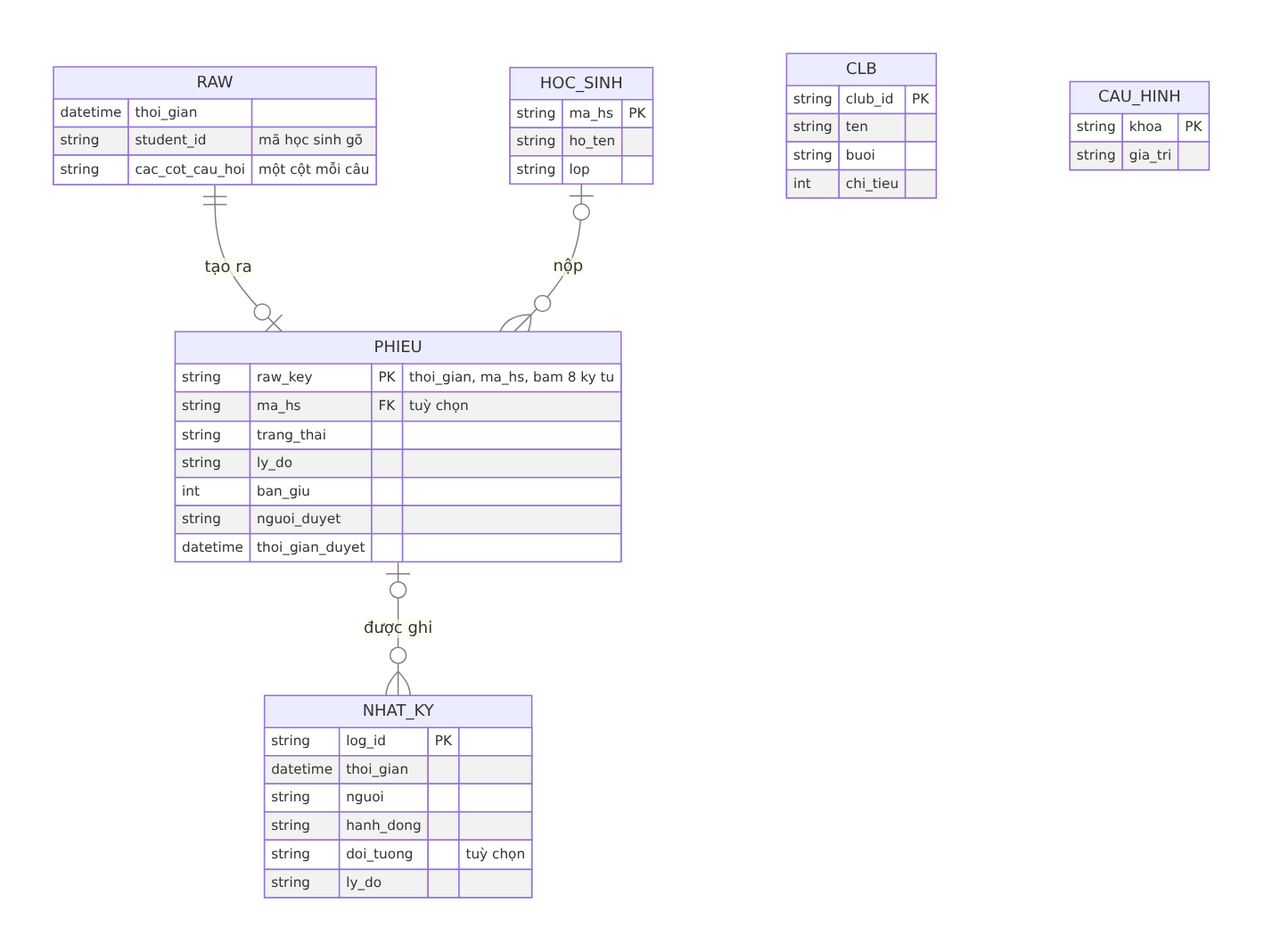
Above: docs/he_sinh_thai/anh/d_erd.png in nguyenphanvantruong6969-arch/TESTING-DEV (Mermaid), before the change. Its source is kept beside it as docs/he_sinh_thai/anh/d_erd.mmd.
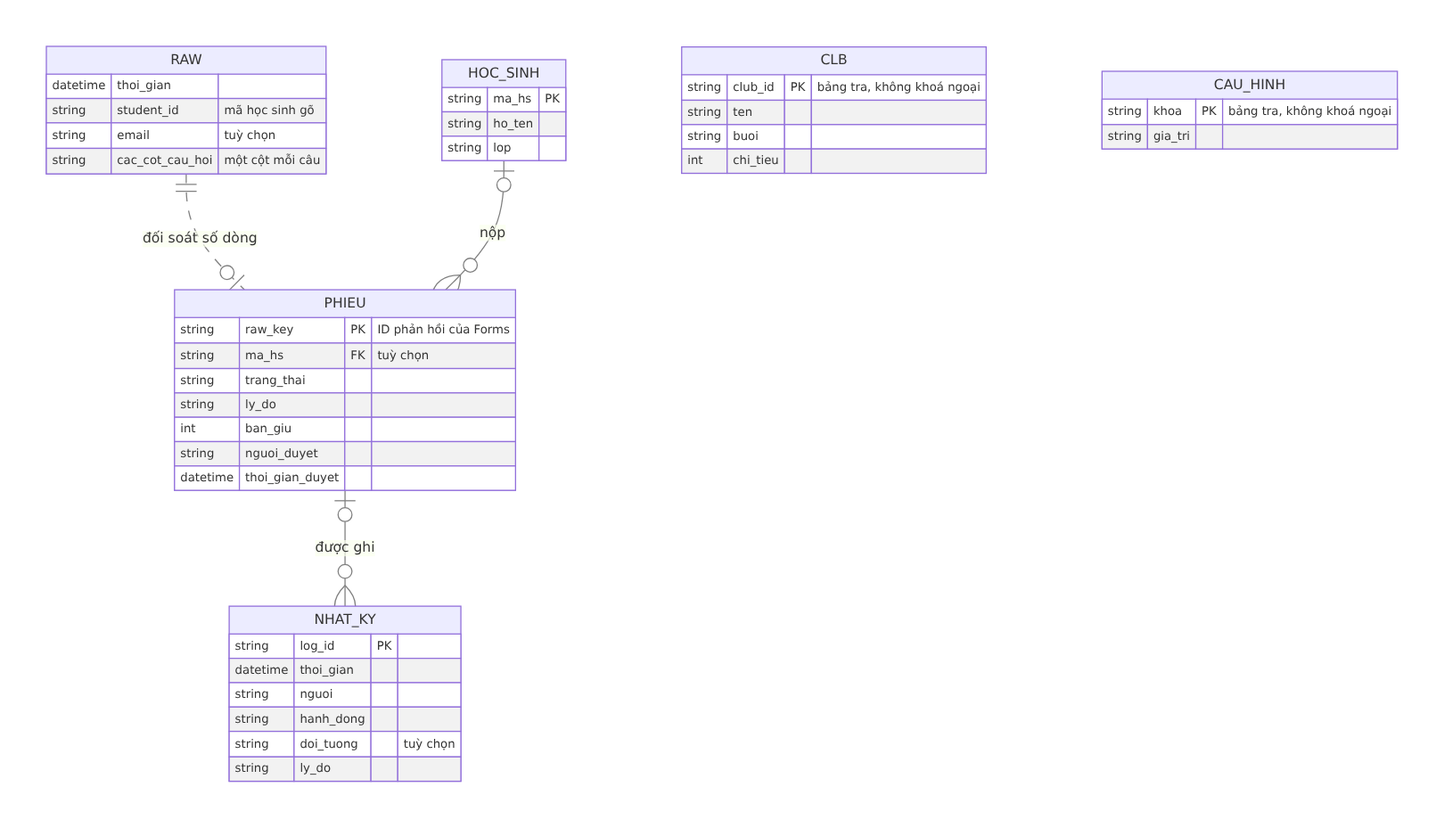
Above is the later version.

Diff of the diagram source:
```diff
@@ -1,14 +1,15 @@
 erDiagram
-  RAW ||--o| PHIEU : "tạo ra"
+  RAW ||..o| PHIEU : "đối soát số dòng"
   HOC_SINH |o--o{ PHIEU : "nộp"
   PHIEU |o--o{ NHAT_KY : "được ghi"
   RAW {
     datetime thoi_gian
     string student_id "mã học sinh gõ"
+    string email "tuỳ chọn"
     string cac_cot_cau_hoi "một cột mỗi câu"
   }
   PHIEU {
-    string raw_key PK "thoi_gian, ma_hs, bam 8 ky tu"
+    string raw_key PK "ID phản hồi của Forms"
     string ma_hs FK "tuỳ chọn"
     string trang_thai
     string ly_do
@@ -22,7 +23,7 @@
     string lop
   }
   CLB {
-    string club_id PK
+    string club_id PK "bảng tra, không khoá ngoại"
     string ten
     string buoi
     int chi_tieu
@@ -36,6 +37,6 @@
     string ly_do
   }
   CAU_HINH {
-    string khoa PK
+    string khoa PK "bảng tra, không khoá ngoại"
     string gia_tri
   }
```
